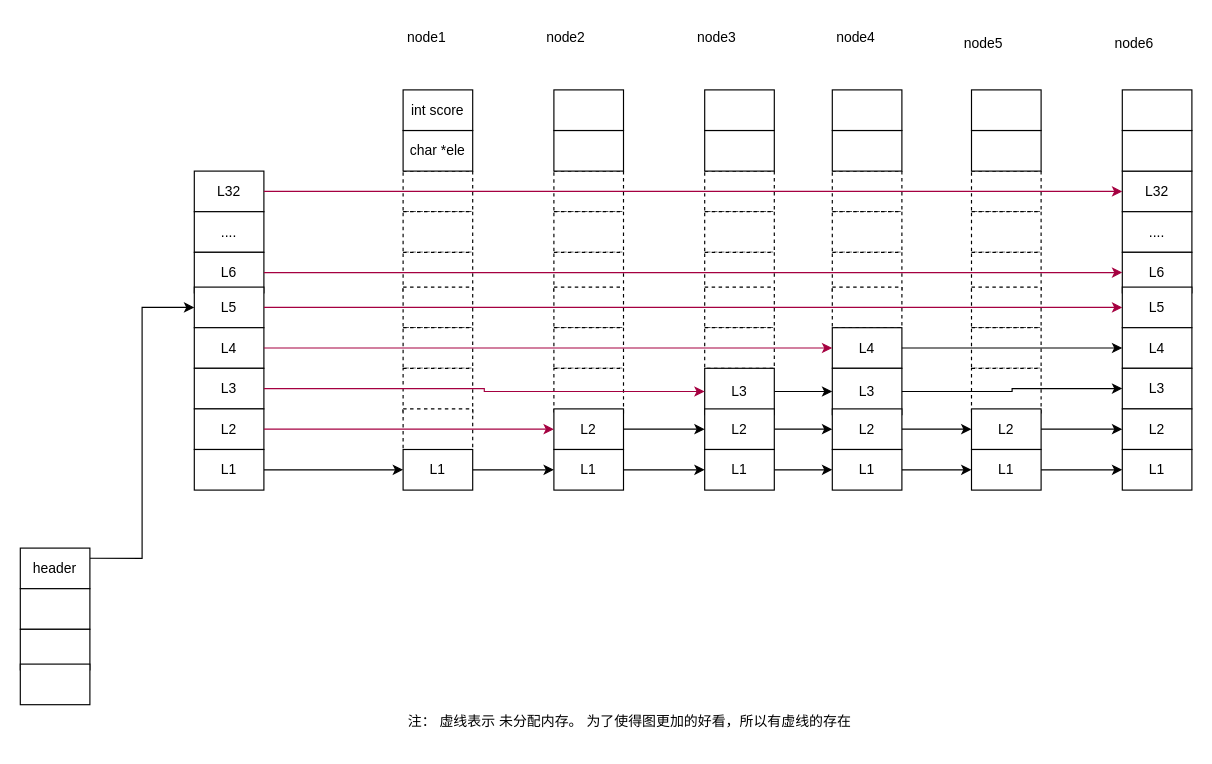
This is skiplist.drawio from ffashion/drawio, a draw.io file, before an edit. Source tidied: cells renumbered, new cells numbered last; positions are measured from the earlier drawing's top-left corner, leaving out a move shared by most shapes. Both pictures are drawn from the tidied source at 116%, with x=0, y=0 at pixel (20, 20).
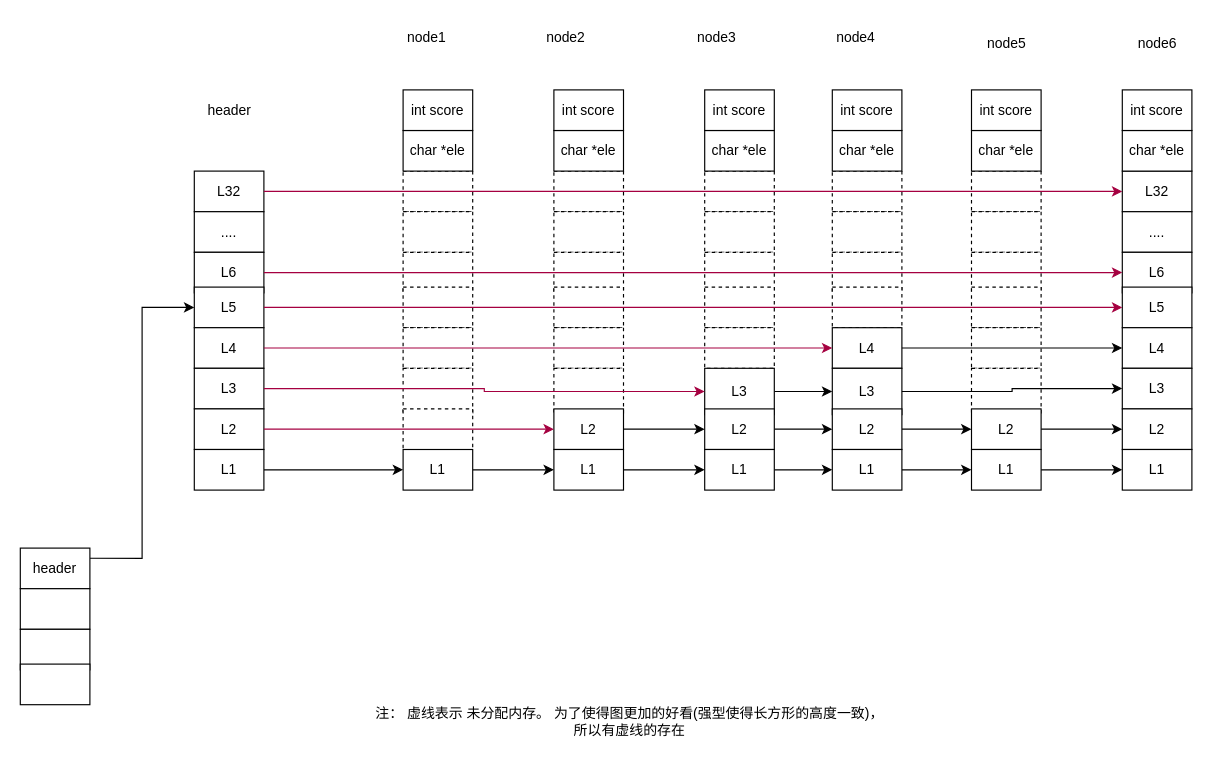
The same page after the edit.

Diff of the diagram source:
```diff
@@
     <mxCell id="73" value="node5" style="text;html=1;align=center;verticalAlign=middle;strokeColor=none;fillColor=none;" parent="1" vertex="1">
-      <mxGeometry x="800" y="5" width="60" height="30" as="geometry" />
+      <mxGeometry x="820" y="5" width="60" height="30" as="geometry" />
     </mxCell>
-    <mxCell id="74" value="注： 虚线表示 未分配内存。 为了使得图更加的好看，所以有虚线的存在&lt;br&gt;" style="text;html=1;align=center;verticalAlign=middle;strokeColor=none;fillColor=none;" parent="1" vertex="1">
-      <mxGeometry x="320" y="590" width="410" height="30" as="geometry" />
+    <mxCell id="74" value="注： 虚线表示 未分配内存。 为了使得图更加的好看(强型使得长方形的高度一致)，&lt;br&gt;所以有虚线的存在" style="text;html=1;align=center;verticalAlign=middle;strokeColor=none;fillColor=none;" parent="1" vertex="1">
+      <mxGeometry x="295" y="585" width="460" height="40" as="geometry" />
     </mxCell>
     <mxCell id="75" value="node6" style="text;html=1;align=center;verticalAlign=middle;strokeColor=none;fillColor=none;" parent="1" vertex="1">
-      <mxGeometry x="930" y="5" width="60" height="30" as="geometry" />
+      <mxGeometry x="950" y="5" width="60" height="30" as="geometry" />
     </mxCell>
@@
-    <mxCell id="91" style="rounded=0;whiteSpace=wrap;html=1;" parent="1" vertex="1">
-      <mxGeometry x="460" y="95" width="60" height="35" as="geometry" />
-    </mxCell>
-    <mxCell id="92" style="rounded=0;whiteSpace=wrap;html=1;" parent="1" vertex="1">
-      <mxGeometry x="460" y="60" width="60" height="35" as="geometry" />
-    </mxCell>
-    <mxCell id="93" style="rounded=0;whiteSpace=wrap;html=1;" parent="1" vertex="1">
-      <mxGeometry x="590" y="95" width="60" height="35" as="geometry" />
-    </mxCell>
-    <mxCell id="94" style="rounded=0;whiteSpace=wrap;html=1;" parent="1" vertex="1">
-      <mxGeometry x="590" y="60" width="60" height="35" as="geometry" />
-    </mxCell>
-    <mxCell id="95" style="rounded=0;whiteSpace=wrap;html=1;" parent="1" vertex="1">
-      <mxGeometry x="700" y="95" width="60" height="35" as="geometry" />
-    </mxCell>
-    <mxCell id="96" style="rounded=0;whiteSpace=wrap;html=1;" parent="1" vertex="1">
-      <mxGeometry x="700" y="60" width="60" height="35" as="geometry" />
-    </mxCell>
-    <mxCell id="97" style="rounded=0;whiteSpace=wrap;html=1;" parent="1" vertex="1">
-      <mxGeometry x="820" y="95" width="60" height="35" as="geometry" />
-    </mxCell>
-    <mxCell id="98" style="rounded=0;whiteSpace=wrap;html=1;" parent="1" vertex="1">
-      <mxGeometry x="820" y="60" width="60" height="35" as="geometry" />
-    </mxCell>
-    <mxCell id="99" style="rounded=0;whiteSpace=wrap;html=1;" parent="1" vertex="1">
-      <mxGeometry x="950" y="95" width="60" height="35" as="geometry" />
-    </mxCell>
-    <mxCell id="100" style="rounded=0;whiteSpace=wrap;html=1;" parent="1" vertex="1">
-      <mxGeometry x="950" y="60" width="60" height="35" as="geometry" />
-    </mxCell>
+    <mxCell id="101" value="char *ele" style="rounded=0;whiteSpace=wrap;html=1;" parent="1" vertex="1">
+      <mxGeometry x="460" y="95" width="60" height="35" as="geometry" />
+    </mxCell>
+    <mxCell id="102" value="int score" style="rounded=0;whiteSpace=wrap;html=1;" parent="1" vertex="1">
+      <mxGeometry x="460" y="60" width="60" height="35" as="geometry" />
+    </mxCell>
+    <mxCell id="103" value="char *ele" style="rounded=0;whiteSpace=wrap;html=1;" parent="1" vertex="1">
+      <mxGeometry x="590" y="95" width="60" height="35" as="geometry" />
+    </mxCell>
+    <mxCell id="104" value="int score" style="rounded=0;whiteSpace=wrap;html=1;" parent="1" vertex="1">
+      <mxGeometry x="590" y="60" width="60" height="35" as="geometry" />
+    </mxCell>
+    <mxCell id="105" value="char *ele" style="rounded=0;whiteSpace=wrap;html=1;" parent="1" vertex="1">
+      <mxGeometry x="700" y="95" width="60" height="35" as="geometry" />
+    </mxCell>
+    <mxCell id="106" value="int score" style="rounded=0;whiteSpace=wrap;html=1;" parent="1" vertex="1">
+      <mxGeometry x="700" y="60" width="60" height="35" as="geometry" />
+    </mxCell>
+    <mxCell id="107" value="char *ele" style="rounded=0;whiteSpace=wrap;html=1;" parent="1" vertex="1">
+      <mxGeometry x="820" y="95" width="60" height="35" as="geometry" />
+    </mxCell>
+    <mxCell id="108" value="int score" style="rounded=0;whiteSpace=wrap;html=1;" parent="1" vertex="1">
+      <mxGeometry x="820" y="60" width="60" height="35" as="geometry" />
+    </mxCell>
+    <mxCell id="109" value="char *ele" style="rounded=0;whiteSpace=wrap;html=1;" parent="1" vertex="1">
+      <mxGeometry x="950" y="95" width="60" height="35" as="geometry" />
+    </mxCell>
+    <mxCell id="110" value="int score" style="rounded=0;whiteSpace=wrap;html=1;" parent="1" vertex="1">
+      <mxGeometry x="950" y="60" width="60" height="35" as="geometry" />
+    </mxCell>
+    <mxCell id="111" value="header" style="text;html=1;align=center;verticalAlign=middle;strokeColor=none;fillColor=none;" parent="1" vertex="1">
+      <mxGeometry x="150" y="62.5" width="60" height="30" as="geometry" />
+    </mxCell>
```
